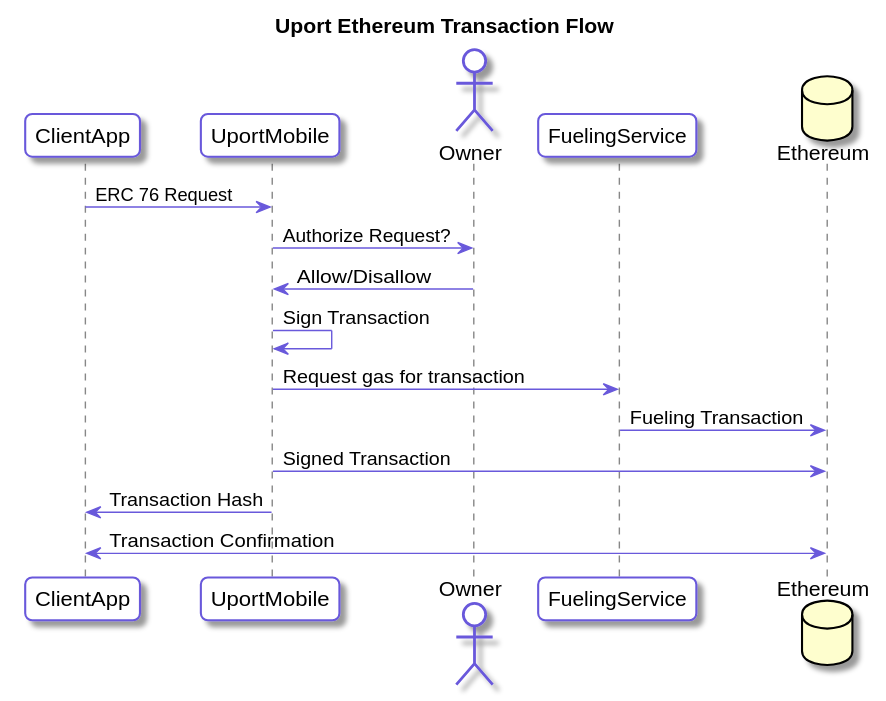
Before: flows/tx.svg, a diagram exported from PlantUML (uport-project/specs). The source it was exported from:
```plantuml
@startuml
skinparam roundcorner 10
skinparam BoxPadding 10
skinparam headerFontColor #6959DB
skinparam headerFontSize 18
skinparam sequence {
  ArrowColor #6959DB
  GroupBackgroundColor #6959DB
  GroupBorderColor #EDECFF
  GroupHeaderFontColor #ffffff
  BoxBorderColor #6959DB
  BoxBackgroundColor #EDECFF
  BoxPadding 10

  ParticipantBorderColor #6959DB
  ParticipantBackgroundColor #ffffff
  ParticipantPadding 10

  ActorBorderColor #6959DB
  ActorBackgroundColor #ffffff
  EntityBorderColor #6959DB
  EntityBackgroundColor #ffffff
  DatabaseBorderColor #6959DB
  DatabaseBackgroundColor #ffffff

  LifeLineBorderColor #878787
}

title Uport Ethereum Transaction Flow
participant ClientApp
participant UportMobile
actor Owner
participant FuelingService
database Ethereum

ClientApp -> UportMobile : ERC 76 Request
UportMobile -> Owner : Authorize Request?
Owner -> UportMobile: Allow/Disallow
UportMobile -> UportMobile: Sign Transaction
UportMobile -> FuelingService: Request gas for transaction
FuelingService -> Ethereum: Fueling Transaction
UportMobile -> Ethereum: Signed Transaction
UportMobile -> ClientApp: Transaction Hash
ClientApp <-> Ethereum: Transaction Confirmation

@enduml
```
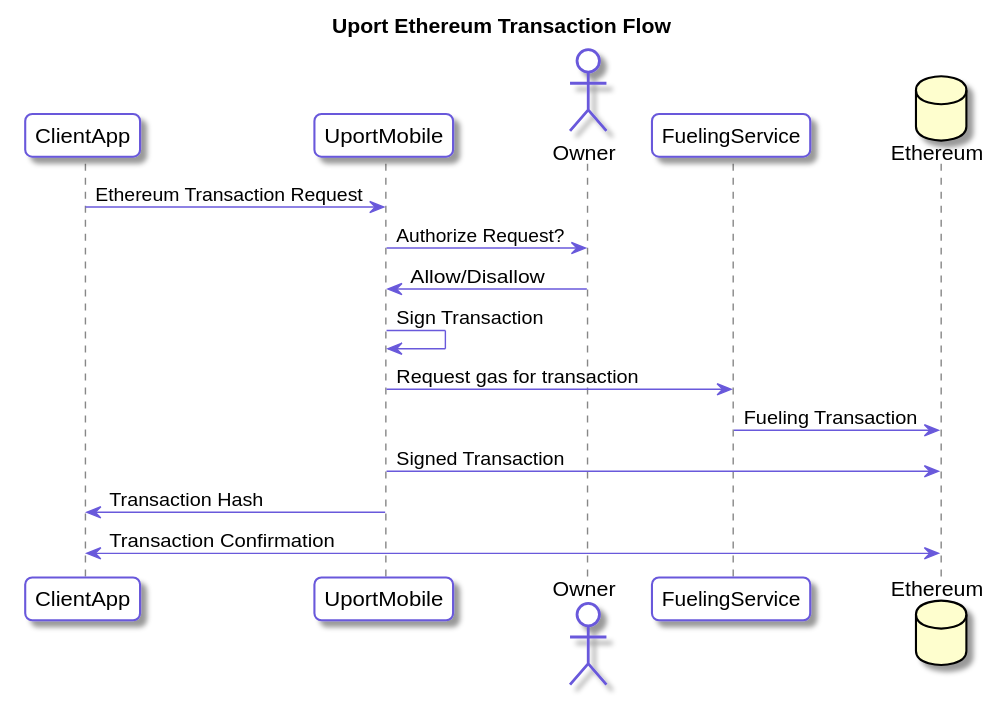
The same diagram one commit later.

Commit message:
Signed Ethereum Transaction Request

Diff of the diagram source:
```diff
@@ -33,7 +33,7 @@
 participant FuelingService
 database Ethereum
 
-ClientApp -> UportMobile : ERC 76 Request
+ClientApp -> UportMobile : Ethereum Transaction Request
 UportMobile -> Owner : Authorize Request?
 Owner -> UportMobile: Allow/Disallow
 UportMobile -> UportMobile: Sign Transaction
```
